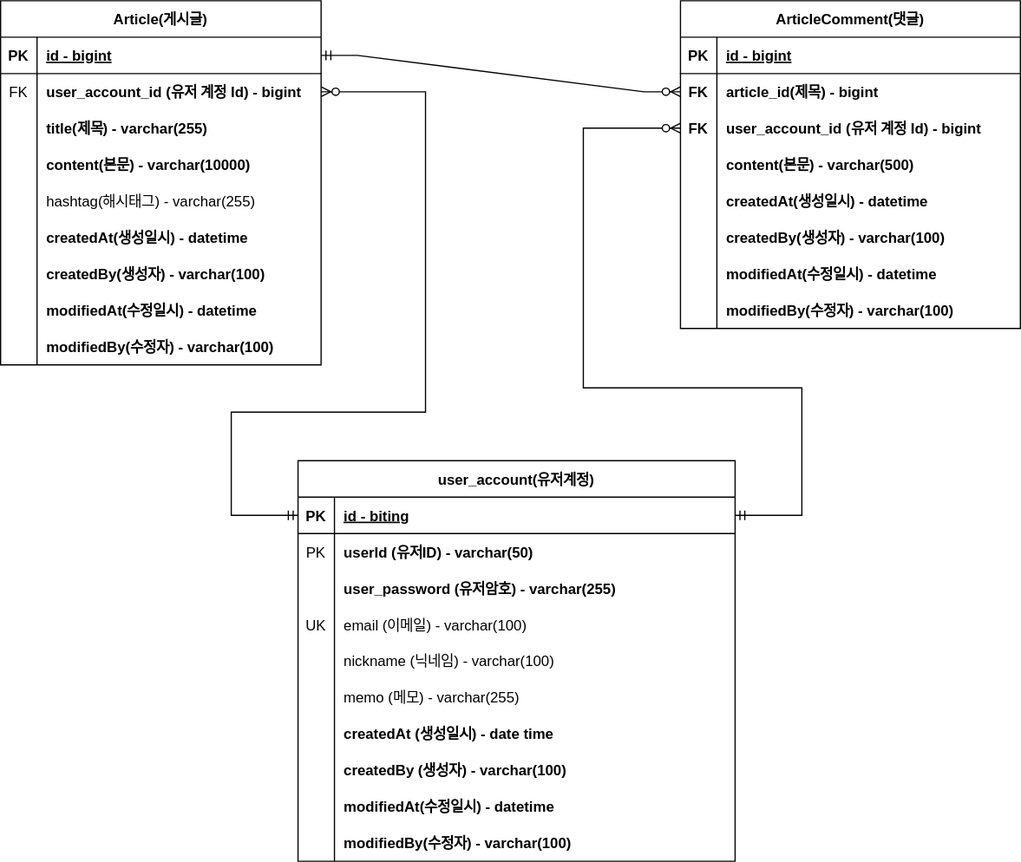
Dukapuri/basic-board keeps this draw.io diagram as document/project-board-erd.svg. Above is the earlier version. Source tidied: cells renumbered, new cells last; positions are measured from the earlier drawing's top-left corner, leaving out a move shared by most shapes.
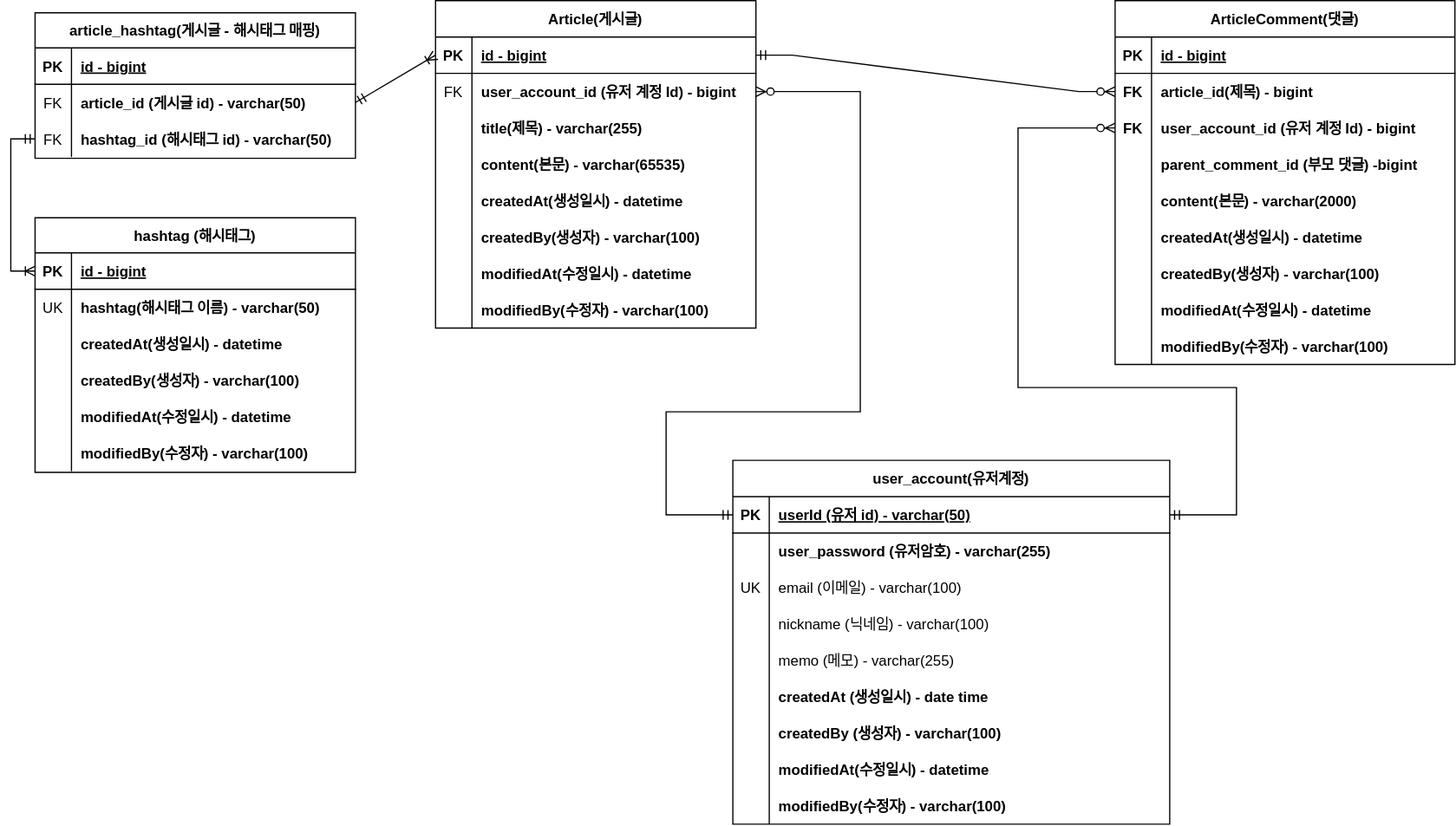
The same diagram one commit later.

Commit message:
#55 - project-board-erd.svg 업데이트: 대댓글, 해시태그

The edit, as a diff of the source:
```diff
@@ -5,3 +5,3 @@
     <mxCell id="2" value="Article(게시글)" style="shape=table;startSize=30;rowLines=0;fontStyle=1;align=center;" parent="1" vertex="1">
-      <mxGeometry width="264" height="300" as="geometry" />
+      <mxGeometry width="264" height="270" as="geometry" />
     </mxCell>
@@ -40,16 +40,7 @@
     </mxCell>
-    <mxCell id="14" value="content(본문) - varchar(10000)" style="shape=partialRectangle;fillColor=none;top=0;left=0;bottom=0;right=0;align=left;spacingLeft=6;overflow=hidden;fontStyle=1;" parent="12" vertex="1">
+    <mxCell id="14" value="content(본문) - varchar(65535)" style="shape=partialRectangle;fillColor=none;top=0;left=0;bottom=0;right=0;align=left;spacingLeft=6;overflow=hidden;fontStyle=1;" parent="12" vertex="1">
       <mxGeometry x="30" width="234" height="30" as="geometry" />
     </mxCell>
-    <mxCell id="15" style="shape=tableRow;horizontal=0;startSize=0;swimlaneHead=0;swimlaneBody=0;fillColor=none;top=0;left=0;right=0;bottom=0;" parent="2" vertex="1">
-      <mxGeometry y="150" width="264" height="30" as="geometry" />
-    </mxCell>
-    <mxCell id="16" style="shape=partialRectangle;fillColor=none;top=0;left=0;bottom=0;right=0;overflow=hidden;" parent="15" vertex="1">
-      <mxGeometry width="30" height="30" as="geometry" />
-    </mxCell>
-    <mxCell id="17" value="hashtag(해시태그) - varchar(255)" style="shape=partialRectangle;fillColor=none;top=0;left=0;bottom=0;right=0;align=left;spacingLeft=6;overflow=hidden;" parent="15" vertex="1">
-      <mxGeometry x="30" width="234" height="30" as="geometry" />
-    </mxCell>
     <mxCell id="18" style="shape=tableRow;horizontal=0;startSize=0;swimlaneHead=0;swimlaneBody=0;fillColor=none;top=0;left=0;right=0;bottom=0;" parent="2" vertex="1">
-      <mxGeometry y="180" width="264" height="30" as="geometry" />
+      <mxGeometry y="150" width="264" height="30" as="geometry" />
     </mxCell>
@@ -62,3 +53,3 @@
     <mxCell id="21" style="shape=tableRow;horizontal=0;startSize=0;swimlaneHead=0;swimlaneBody=0;fillColor=none;top=0;left=0;right=0;bottom=0;" parent="2" vertex="1">
-      <mxGeometry y="210" width="264" height="30" as="geometry" />
+      <mxGeometry y="180" width="264" height="30" as="geometry" />
     </mxCell>
@@ -71,3 +62,3 @@
     <mxCell id="24" style="shape=tableRow;horizontal=0;startSize=0;swimlaneHead=0;swimlaneBody=0;fillColor=none;top=0;left=0;right=0;bottom=0;" parent="2" vertex="1">
-      <mxGeometry y="240" width="264" height="30" as="geometry" />
+      <mxGeometry y="210" width="264" height="30" as="geometry" />
     </mxCell>
@@ -80,3 +71,3 @@
     <mxCell id="27" style="shape=tableRow;horizontal=0;startSize=0;swimlaneHead=0;swimlaneBody=0;fillColor=none;top=0;left=0;right=0;bottom=0;" parent="2" vertex="1">
-      <mxGeometry y="270" width="264" height="30" as="geometry" />
+      <mxGeometry y="240" width="264" height="30" as="geometry" />
     </mxCell>
@@ -89,3 +80,3 @@
     <mxCell id="30" value="ArticleComment(댓글)" style="shape=table;startSize=30;rowLines=0;fontStyle=1;align=center;" parent="1" vertex="1">
-      <mxGeometry x="560" width="280" height="270" as="geometry" />
+      <mxGeometry x="560" width="280" height="300" as="geometry" />
     </mxCell>
@@ -118,4 +109,13 @@
     </mxCell>
+    <mxCell id="89" style="shape=tableRow;horizontal=0;startSize=0;swimlaneHead=0;swimlaneBody=0;fillColor=none;top=0;left=0;right=0;bottom=0;" parent="30" vertex="1">
+      <mxGeometry y="120" width="280" height="30" as="geometry" />
+    </mxCell>
+    <mxCell id="90" style="shape=partialRectangle;fillColor=none;top=0;left=0;bottom=0;right=0;overflow=hidden;fontStyle=1;" parent="89" vertex="1">
+      <mxGeometry width="30" height="30" as="geometry" />
+    </mxCell>
+    <mxCell id="91" value="parent_comment_id (부모 댓글) -bigint" style="shape=partialRectangle;fillColor=none;top=0;left=0;bottom=0;right=0;align=left;spacingLeft=6;overflow=hidden;fontStyle=1;" parent="89" vertex="1">
+      <mxGeometry x="30" width="250" height="30" as="geometry" />
+    </mxCell>
     <mxCell id="40" style="shape=tableRow;horizontal=0;startSize=0;swimlaneHead=0;swimlaneBody=0;fillColor=none;top=0;left=0;right=0;bottom=0;" parent="30" vertex="1">
-      <mxGeometry y="120" width="280" height="30" as="geometry" />
+      <mxGeometry y="150" width="280" height="30" as="geometry" />
     </mxCell>
@@ -124,3 +124,3 @@
     </mxCell>
-    <mxCell id="42" value="content(본문) - varchar(500)" style="shape=partialRectangle;fillColor=none;top=0;left=0;bottom=0;right=0;align=left;spacingLeft=6;overflow=hidden;fontStyle=1;" parent="40" vertex="1">
+    <mxCell id="42" value="content(본문) - varchar(2000)" style="shape=partialRectangle;fillColor=none;top=0;left=0;bottom=0;right=0;align=left;spacingLeft=6;overflow=hidden;fontStyle=1;" parent="40" vertex="1">
       <mxGeometry x="30" width="250" height="30" as="geometry" />
@@ -128,3 +128,3 @@
     <mxCell id="43" style="shape=tableRow;horizontal=0;startSize=0;swimlaneHead=0;swimlaneBody=0;fillColor=none;top=0;left=0;right=0;bottom=0;" parent="30" vertex="1">
-      <mxGeometry y="150" width="280" height="30" as="geometry" />
+      <mxGeometry y="180" width="280" height="30" as="geometry" />
     </mxCell>
@@ -137,3 +137,3 @@
     <mxCell id="46" style="shape=tableRow;horizontal=0;startSize=0;swimlaneHead=0;swimlaneBody=0;fillColor=none;top=0;left=0;right=0;bottom=0;" parent="30" vertex="1">
-      <mxGeometry y="180" width="280" height="30" as="geometry" />
+      <mxGeometry y="210" width="280" height="30" as="geometry" />
     </mxCell>
@@ -146,3 +146,3 @@
     <mxCell id="49" style="shape=tableRow;horizontal=0;startSize=0;swimlaneHead=0;swimlaneBody=0;fillColor=none;top=0;left=0;right=0;bottom=0;" parent="30" vertex="1">
-      <mxGeometry y="210" width="280" height="30" as="geometry" />
+      <mxGeometry y="240" width="280" height="30" as="geometry" />
     </mxCell>
@@ -155,3 +155,3 @@
     <mxCell id="52" style="shape=tableRow;horizontal=0;startSize=0;swimlaneHead=0;swimlaneBody=0;fillColor=none;top=0;left=0;right=0;bottom=0;" parent="30" vertex="1">
-      <mxGeometry y="240" width="280" height="30" as="geometry" />
+      <mxGeometry y="270" width="280" height="30" as="geometry" />
     </mxCell>
@@ -167,3 +167,3 @@
     <mxCell id="56" value="user_account(유저계정)" style="shape=table;startSize=30;rowLines=0;fontStyle=1;align=center;" parent="1" vertex="1">
-      <mxGeometry x="245" y="379" width="360" height="330" as="geometry" />
+      <mxGeometry x="245" y="379" width="360" height="300" as="geometry" />
     </mxCell>
@@ -175,16 +175,7 @@
     </mxCell>
-    <mxCell id="59" value="id - biting" style="shape=partialRectangle;fillColor=none;top=0;left=0;bottom=0;right=0;align=left;spacingLeft=6;fontStyle=5;overflow=hidden;" parent="57" vertex="1">
+    <mxCell id="59" value="userId (유저 id) - varchar(50)" style="shape=partialRectangle;fillColor=none;top=0;left=0;bottom=0;right=0;align=left;spacingLeft=6;fontStyle=5;overflow=hidden;" parent="57" vertex="1">
       <mxGeometry x="30" width="330" height="30" as="geometry" />
     </mxCell>
-    <mxCell id="60" style="shape=tableRow;horizontal=0;startSize=0;swimlaneHead=0;swimlaneBody=0;fillColor=none;top=0;left=0;right=0;bottom=0;" parent="56" vertex="1">
-      <mxGeometry y="60" width="360" height="30" as="geometry" />
-    </mxCell>
-    <mxCell id="61" value="PK" style="shape=partialRectangle;fillColor=none;top=0;left=0;bottom=0;right=0;overflow=hidden;" parent="60" vertex="1">
-      <mxGeometry width="30" height="30" as="geometry" />
-    </mxCell>
-    <mxCell id="62" value="userId (유저ID) - varchar(50)" style="shape=partialRectangle;fillColor=none;top=0;left=0;bottom=0;right=0;align=left;spacingLeft=6;overflow=hidden;fontStyle=1;" parent="60" vertex="1">
-      <mxGeometry x="30" width="330" height="30" as="geometry" />
-    </mxCell>
     <mxCell id="63" style="shape=tableRow;horizontal=0;startSize=0;swimlaneHead=0;swimlaneBody=0;fillColor=none;top=0;left=0;right=0;bottom=0;" parent="56" vertex="1">
-      <mxGeometry y="90" width="360" height="30" as="geometry" />
+      <mxGeometry y="60" width="360" height="30" as="geometry" />
     </mxCell>
@@ -197,3 +188,3 @@
     <mxCell id="66" style="shape=tableRow;horizontal=0;startSize=0;swimlaneHead=0;swimlaneBody=0;fillColor=none;top=0;left=0;right=0;bottom=0;" parent="56" vertex="1">
-      <mxGeometry y="120" width="360" height="30" as="geometry" />
+      <mxGeometry y="90" width="360" height="30" as="geometry" />
     </mxCell>
@@ -206,3 +197,3 @@
     <mxCell id="69" style="shape=tableRow;horizontal=0;startSize=0;swimlaneHead=0;swimlaneBody=0;fillColor=none;top=0;left=0;right=0;bottom=0;" parent="56" vertex="1">
-      <mxGeometry y="150" width="360" height="30" as="geometry" />
+      <mxGeometry y="120" width="360" height="30" as="geometry" />
     </mxCell>
@@ -215,3 +206,3 @@
     <mxCell id="72" style="shape=tableRow;horizontal=0;startSize=0;swimlaneHead=0;swimlaneBody=0;fillColor=none;top=0;left=0;right=0;bottom=0;" parent="56" vertex="1">
-      <mxGeometry y="180" width="360" height="30" as="geometry" />
+      <mxGeometry y="150" width="360" height="30" as="geometry" />
     </mxCell>
@@ -224,3 +215,3 @@
     <mxCell id="75" style="shape=tableRow;horizontal=0;startSize=0;swimlaneHead=0;swimlaneBody=0;fillColor=none;top=0;left=0;right=0;bottom=0;" parent="56" vertex="1">
-      <mxGeometry y="210" width="360" height="30" as="geometry" />
+      <mxGeometry y="180" width="360" height="30" as="geometry" />
     </mxCell>
@@ -233,3 +224,3 @@
     <mxCell id="78" style="shape=tableRow;horizontal=0;startSize=0;swimlaneHead=0;swimlaneBody=0;fillColor=none;top=0;left=0;right=0;bottom=0;" parent="56" vertex="1">
-      <mxGeometry y="240" width="360" height="30" as="geometry" />
+      <mxGeometry y="210" width="360" height="30" as="geometry" />
     </mxCell>
@@ -242,3 +233,3 @@
     <mxCell id="81" style="shape=tableRow;horizontal=0;startSize=0;swimlaneHead=0;swimlaneBody=0;fillColor=none;top=0;left=0;right=0;bottom=0;" parent="56" vertex="1">
-      <mxGeometry y="270" width="360" height="30" as="geometry" />
+      <mxGeometry y="240" width="360" height="30" as="geometry" />
     </mxCell>
@@ -251,3 +242,3 @@
     <mxCell id="84" style="shape=tableRow;horizontal=0;startSize=0;swimlaneHead=0;swimlaneBody=0;fillColor=none;top=0;left=0;right=0;bottom=0;" parent="56" vertex="1">
-      <mxGeometry y="300" width="360" height="30" as="geometry" />
+      <mxGeometry y="270" width="360" height="30" as="geometry" />
     </mxCell>
@@ -279,2 +270,95 @@
     </mxCell>
+    <mxCell id="92" value="hashtag (해시태그)" style="shape=table;startSize=29;rowLines=0;fontStyle=1;align=center;" parent="1" vertex="1">
+      <mxGeometry x="-330" y="179" width="264" height="210" as="geometry" />
+    </mxCell>
+    <mxCell id="93" style="shape=tableRow;horizontal=0;startSize=0;swimlaneHead=0;swimlaneBody=0;fillColor=none;points=[[0,0.5],[1,0.5]];portConstraint=eastwest;top=0;left=0;right=0;bottom=1;" parent="92" vertex="1">
+      <mxGeometry y="29" width="264" height="30" as="geometry" />
+    </mxCell>
+    <mxCell id="94" value="PK" style="shape=partialRectangle;fillColor=none;top=0;left=0;bottom=0;right=0;fontStyle=1;overflow=hidden;" parent="93" vertex="1">
+      <mxGeometry width="30" height="30" as="geometry" />
+    </mxCell>
+    <mxCell id="95" value="id - bigint" style="shape=partialRectangle;fillColor=none;top=0;left=0;bottom=0;right=0;align=left;spacingLeft=6;fontStyle=5;overflow=hidden;" parent="93" vertex="1">
+      <mxGeometry x="30" width="234" height="30" as="geometry" />
+    </mxCell>
+    <mxCell id="96" style="shape=tableRow;horizontal=0;startSize=0;swimlaneHead=0;swimlaneBody=0;fillColor=none;top=0;left=0;right=0;bottom=0;" parent="92" vertex="1">
+      <mxGeometry y="59" width="264" height="30" as="geometry" />
+    </mxCell>
+    <mxCell id="97" value="UK" style="shape=partialRectangle;fillColor=none;top=0;left=0;bottom=0;right=0;overflow=hidden;" parent="96" vertex="1">
+      <mxGeometry width="30" height="30" as="geometry" />
+    </mxCell>
+    <mxCell id="98" value="hashtag(해시태그 이름) - varchar(50)" style="shape=partialRectangle;fillColor=none;top=0;left=0;bottom=0;right=0;align=left;spacingLeft=6;overflow=hidden;fontStyle=1;" parent="96" vertex="1">
+      <mxGeometry x="30" width="234" height="30" as="geometry" />
+    </mxCell>
+    <mxCell id="99" style="shape=tableRow;horizontal=0;startSize=0;swimlaneHead=0;swimlaneBody=0;fillColor=none;top=0;left=0;right=0;bottom=0;" parent="92" vertex="1">
+      <mxGeometry y="89" width="264" height="30" as="geometry" />
+    </mxCell>
+    <mxCell id="100" style="shape=partialRectangle;fillColor=none;top=0;left=0;bottom=0;right=0;overflow=hidden;" parent="99" vertex="1">
+      <mxGeometry width="30" height="30" as="geometry" />
+    </mxCell>
+    <mxCell id="101" value="createdAt(생성일시) - datetime" style="shape=partialRectangle;fillColor=none;top=0;left=0;bottom=0;right=0;align=left;spacingLeft=6;overflow=hidden;fontStyle=1;" parent="99" vertex="1">
+      <mxGeometry x="30" width="234" height="30" as="geometry" />
+    </mxCell>
+    <mxCell id="102" style="shape=tableRow;horizontal=0;startSize=0;swimlaneHead=0;swimlaneBody=0;fillColor=none;top=0;left=0;right=0;bottom=0;" parent="92" vertex="1">
+      <mxGeometry y="119" width="264" height="30" as="geometry" />
+    </mxCell>
+    <mxCell id="103" style="shape=partialRectangle;fillColor=none;top=0;left=0;bottom=0;right=0;overflow=hidden;" parent="102" vertex="1">
+      <mxGeometry width="30" height="30" as="geometry" />
+    </mxCell>
+    <mxCell id="104" value="createdBy(생성자) - varchar(100)" style="shape=partialRectangle;fillColor=none;top=0;left=0;bottom=0;right=0;align=left;spacingLeft=6;overflow=hidden;fontStyle=1;" parent="102" vertex="1">
+      <mxGeometry x="30" width="234" height="30" as="geometry" />
+    </mxCell>
+    <mxCell id="105" style="shape=tableRow;horizontal=0;startSize=0;swimlaneHead=0;swimlaneBody=0;fillColor=none;top=0;left=0;right=0;bottom=0;" parent="92" vertex="1">
+      <mxGeometry y="149" width="264" height="30" as="geometry" />
+    </mxCell>
+    <mxCell id="106" style="shape=partialRectangle;fillColor=none;top=0;left=0;bottom=0;right=0;overflow=hidden;" parent="105" vertex="1">
+      <mxGeometry width="30" height="30" as="geometry" />
+    </mxCell>
+    <mxCell id="107" value="modifiedAt(수정일시) - datetime" style="shape=partialRectangle;fillColor=none;top=0;left=0;bottom=0;right=0;align=left;spacingLeft=6;overflow=hidden;fontStyle=1;" parent="105" vertex="1">
+      <mxGeometry x="30" width="234" height="30" as="geometry" />
+    </mxCell>
+    <mxCell id="108" style="shape=tableRow;horizontal=0;startSize=0;swimlaneHead=0;swimlaneBody=0;fillColor=none;top=0;left=0;right=0;bottom=0;" parent="92" vertex="1">
+      <mxGeometry y="179" width="264" height="30" as="geometry" />
+    </mxCell>
+    <mxCell id="109" style="shape=partialRectangle;fillColor=none;top=0;left=0;bottom=0;right=0;overflow=hidden;" parent="108" vertex="1">
+      <mxGeometry width="30" height="30" as="geometry" />
+    </mxCell>
+    <mxCell id="110" value="modifiedBy(수정자) - varchar(100)" style="shape=partialRectangle;fillColor=none;top=0;left=0;bottom=0;right=0;align=left;spacingLeft=6;overflow=hidden;fontStyle=1;" parent="108" vertex="1">
+      <mxGeometry x="30" width="234" height="30" as="geometry" />
+    </mxCell>
+    <mxCell id="111" value="article_hashtag(게시글 - 해시태그 매핑)" style="shape=table;startSize=29;rowLines=0;fontStyle=1;align=center;" parent="1" vertex="1">
+      <mxGeometry x="-330" y="10" width="264" height="120" as="geometry" />
+    </mxCell>
+    <mxCell id="112" style="shape=tableRow;horizontal=0;startSize=0;swimlaneHead=0;swimlaneBody=0;fillColor=none;top=0;left=0;right=0;bottom=1;" parent="111" vertex="1">
+      <mxGeometry y="29" width="264" height="30" as="geometry" />
+    </mxCell>
+    <mxCell id="113" value="PK" style="shape=partialRectangle;fillColor=none;top=0;left=0;bottom=0;right=0;fontStyle=1;overflow=hidden;" parent="112" vertex="1">
+      <mxGeometry width="30" height="30" as="geometry" />
+    </mxCell>
+    <mxCell id="114" value="id - bigint" style="shape=partialRectangle;fillColor=none;top=0;left=0;bottom=0;right=0;align=left;spacingLeft=6;fontStyle=5;overflow=hidden;" parent="112" vertex="1">
+      <mxGeometry x="30" width="234" height="30" as="geometry" />
+    </mxCell>
+    <mxCell id="115" style="shape=tableRow;horizontal=0;startSize=0;swimlaneHead=0;swimlaneBody=0;fillColor=none;points=[[0,0.5],[1,0.5]];portConstraint=eastwest;top=0;left=0;right=0;bottom=0;" parent="111" vertex="1">
+      <mxGeometry y="59" width="264" height="30" as="geometry" />
+    </mxCell>
+    <mxCell id="116" value="FK" style="shape=partialRectangle;fillColor=none;top=0;left=0;bottom=0;right=0;overflow=hidden;" parent="115" vertex="1">
+      <mxGeometry width="30" height="30" as="geometry" />
+    </mxCell>
+    <mxCell id="117" value="article_id (게시글 id) - varchar(50)" style="shape=partialRectangle;fillColor=none;top=0;left=0;bottom=0;right=0;align=left;spacingLeft=6;overflow=hidden;fontStyle=1;" parent="115" vertex="1">
+      <mxGeometry x="30" width="234" height="30" as="geometry" />
+    </mxCell>
+    <mxCell id="118" style="shape=tableRow;horizontal=0;startSize=0;swimlaneHead=0;swimlaneBody=0;fillColor=none;points=[[0,0.5],[1,0.5]];portConstraint=eastwest;top=0;left=0;right=0;bottom=0;" parent="111" vertex="1">
+      <mxGeometry y="89" width="264" height="30" as="geometry" />
+    </mxCell>
+    <mxCell id="119" value="FK" style="shape=partialRectangle;fillColor=none;top=0;left=0;bottom=0;right=0;overflow=hidden;" parent="118" vertex="1">
+      <mxGeometry width="30" height="30" as="geometry" />
+    </mxCell>
+    <mxCell id="120" value="hashtag_id (해시태그 id) - varchar(50)" style="shape=partialRectangle;fillColor=none;top=0;left=0;bottom=0;right=0;align=left;spacingLeft=6;overflow=hidden;fontStyle=1;" parent="118" vertex="1">
+      <mxGeometry x="30" width="234" height="30" as="geometry" />
+    </mxCell>
+    <mxCell id="121" style="edgeStyle=orthogonalEdgeStyle;rounded=0;jettySize=auto;html=1;exitX=0;exitY=0.5;exitDx=0;exitDy=0;entryX=0;entryY=0.5;entryDx=0;entryDy=0;startArrow=ERmandOne;startFill=0;endArrow=ERoneToMany;endFill=0;" parent="1" edge="1" source="118" target="93">
+      <mxGeometry relative="1" as="geometry" />
+    </mxCell>
+    <mxCell id="122" style="rounded=0;jettySize=auto;html=1;exitX=1;exitY=0.5;exitDx=0;exitDy=0;entryX=0;entryY=0.5;entryDx=0;entryDy=0;endArrow=ERoneToMany;endFill=0;startArrow=ERmandOne;startFill=0;" parent="1" edge="1" source="115" target="3">
+      <mxGeometry relative="1" as="geometry" />
+    </mxCell>
   </root>
```
